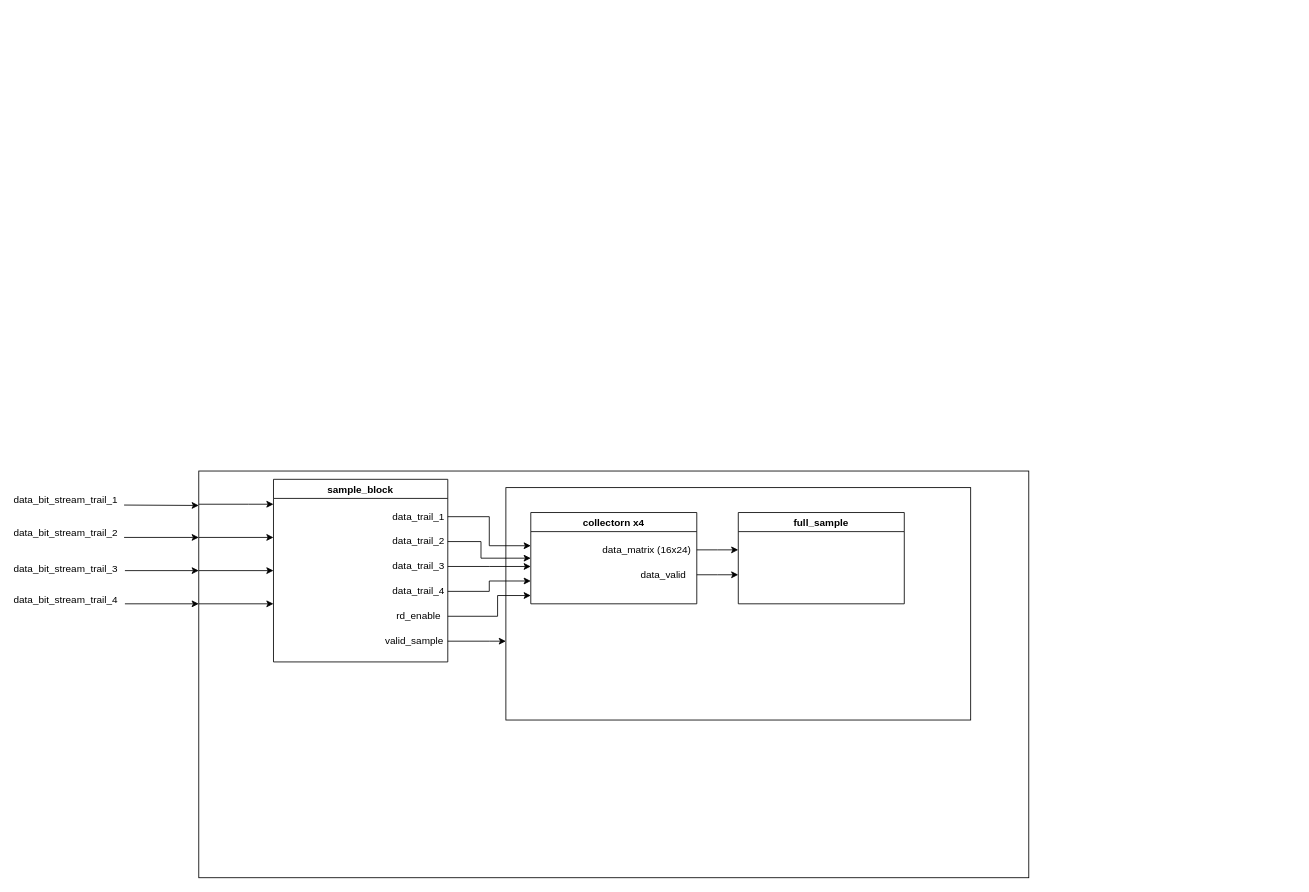
Before: doc/diagrams/Untitled Diagram.drawio in acoustic-warfare/FPGA-sampling, a draw.io diagram. Source tidied: cells renumbered, new cells numbered last; positions are measured from the earlier drawing's top-left corner, leaving out a move shared by most shapes. Both pictures are drawn from the tidied source at 83%, with x=0, y=0 at pixel (41, 471).
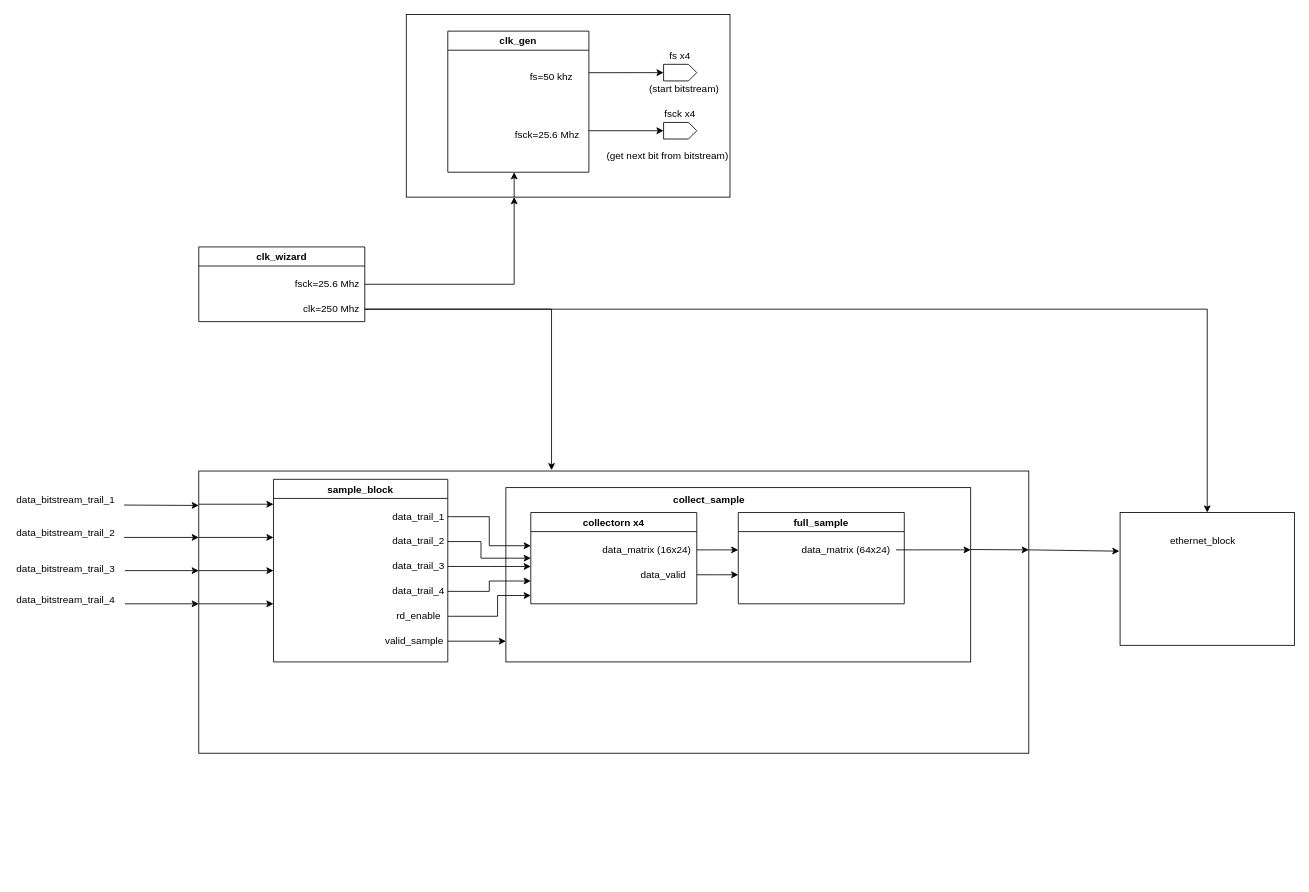
After the change.

What changed in the source:
```diff
@@
     <mxCell id="2" style="rounded=0;whiteSpace=wrap;html=1;" parent="1" vertex="1">
-      <mxGeometry x="190" width="1000" height="490" as="geometry" />
+      <mxGeometry x="190" width="1000" height="340" as="geometry" />
     </mxCell>
@@
-    <mxCell id="7" value="&lt;div&gt;data_bit_stream_trail_1&lt;/div&gt;" style="text;html=1;strokeColor=none;fillColor=none;align=center;verticalAlign=middle;whiteSpace=wrap;rounded=0;" parent="1" vertex="1">
+    <mxCell id="7" value="&lt;div&gt;data_bitstream_trail_1&lt;/div&gt;" style="text;html=1;strokeColor=none;fillColor=none;align=center;verticalAlign=middle;whiteSpace=wrap;rounded=0;" parent="1" vertex="1">
       <mxGeometry y="20" width="60" height="30" as="geometry" />
     </mxCell>
-    <mxCell id="8" value="&lt;div&gt;data_bit_stream_trail_2&lt;/div&gt;" style="text;html=1;strokeColor=none;fillColor=none;align=center;verticalAlign=middle;whiteSpace=wrap;rounded=0;" parent="1" vertex="1">
+    <mxCell id="8" value="&lt;div&gt;data_bitstream_trail_2&lt;/div&gt;" style="text;html=1;strokeColor=none;fillColor=none;align=center;verticalAlign=middle;whiteSpace=wrap;rounded=0;" parent="1" vertex="1">
       <mxGeometry y="60" width="60" height="30" as="geometry" />
     </mxCell>
-    <mxCell id="9" value="&lt;div&gt;data_bit_stream_trail_3&lt;/div&gt;&lt;div&gt;&lt;br&gt;&lt;/div&gt;" style="text;html=1;strokeColor=none;fillColor=none;align=center;verticalAlign=middle;whiteSpace=wrap;rounded=0;" parent="1" vertex="1">
+    <mxCell id="9" value="&lt;div&gt;data_bitstream_trail_3&lt;/div&gt;&lt;div&gt;&lt;br&gt;&lt;/div&gt;" style="text;html=1;strokeColor=none;fillColor=none;align=center;verticalAlign=middle;whiteSpace=wrap;rounded=0;" parent="1" vertex="1">
       <mxGeometry y="110" width="60" height="30" as="geometry" />
     </mxCell>
-    <mxCell id="10" value="&lt;div&gt;data_bit_stream_trail_4&lt;/div&gt;" style="text;html=1;strokeColor=none;fillColor=none;align=center;verticalAlign=middle;whiteSpace=wrap;rounded=0;" parent="1" vertex="1">
+    <mxCell id="10" value="&lt;div&gt;data_bitstream_trail_4&lt;/div&gt;" style="text;html=1;strokeColor=none;fillColor=none;align=center;verticalAlign=middle;whiteSpace=wrap;rounded=0;" parent="1" vertex="1">
       <mxGeometry y="140" width="60" height="30" as="geometry" />
     </mxCell>
@@
     <mxCell id="22" style="rounded=0;whiteSpace=wrap;html=1;" parent="1" vertex="1">
-      <mxGeometry x="560" y="20" width="560" height="280" as="geometry" />
+      <mxGeometry x="560" y="20" width="560" height="210" as="geometry" />
     </mxCell>
@@
+    <mxCell id="35" value="&lt;b&gt;collect_sample&lt;/b&gt;" style="text;html=1;strokeColor=none;fillColor=none;align=center;verticalAlign=middle;whiteSpace=wrap;rounded=0;" parent="1" vertex="1">
+      <mxGeometry x="775" y="20" width="60" height="30" as="geometry" />
+    </mxCell>
+    <mxCell id="36" style="edgeStyle=orthogonalEdgeStyle;rounded=0;jettySize=auto;html=1;entryX=1;entryY=0.357;entryDx=0;entryDy=0;entryPerimeter=0;" parent="1" edge="1" source="37" target="22">
+      <mxGeometry relative="1" as="geometry">
+        <Array as="points">
+          <mxPoint x="1050" y="95" />
+          <mxPoint x="1050" y="95" />
+        </Array>
+      </mxGeometry>
+    </mxCell>
+    <mxCell id="37" value="data_matrix (64x24)" style="text;html=1;strokeColor=none;fillColor=none;align=center;verticalAlign=middle;whiteSpace=wrap;rounded=0;" parent="1" vertex="1">
+      <mxGeometry x="910" y="80" width="120" height="30" as="geometry" />
+    </mxCell>
+    <mxCell id="38" style="endArrow=classic;html=1;rounded=0;" parent="1" edge="1">
+      <mxGeometry relative="1" as="geometry">
+        <mxPoint x="1120" y="94.6" as="sourcePoint" />
+        <mxPoint x="1190" y="95" as="targetPoint" />
+      </mxGeometry>
+    </mxCell>
+    <mxCell id="39" style="rounded=0;whiteSpace=wrap;html=1;" parent="1" vertex="1">
+      <mxGeometry x="1300" y="50" width="210" height="160" as="geometry" />
+    </mxCell>
+    <mxCell id="40" style="endArrow=classic;html=1;rounded=0;entryX=-0.004;entryY=0.291;entryDx=0;entryDy=0;entryPerimeter=0;" parent="1" edge="1" target="39">
+      <mxGeometry relative="1" as="geometry">
+        <mxPoint x="1190" y="95" as="sourcePoint" />
+      </mxGeometry>
+    </mxCell>
+    <mxCell id="41" value="ethernet_block" style="text;html=1;strokeColor=none;fillColor=none;align=center;verticalAlign=middle;whiteSpace=wrap;rounded=0;" parent="1" vertex="1">
+      <mxGeometry x="1320" y="60" width="160" height="50" as="geometry" />
+    </mxCell>
+    <mxCell id="42" value="clk_wizard" style="swimlane;" parent="1" vertex="1">
+      <mxGeometry x="190" y="-270" width="200" height="90" as="geometry" />
+    </mxCell>
+    <mxCell id="43" value="fsck=25.6 Mhz" style="text;html=1;strokeColor=none;fillColor=none;align=center;verticalAlign=middle;whiteSpace=wrap;rounded=0;" parent="42" vertex="1">
+      <mxGeometry x="110" y="30" width="90" height="30" as="geometry" />
+    </mxCell>
+    <mxCell id="44" value="clk=250 Mhz" style="text;html=1;strokeColor=none;fillColor=none;align=center;verticalAlign=middle;whiteSpace=wrap;rounded=0;" parent="42" vertex="1">
+      <mxGeometry x="120" y="60" width="80" height="30" as="geometry" />
+    </mxCell>
+    <mxCell id="45" style="edgeStyle=orthogonalEdgeStyle;rounded=0;jettySize=auto;html=1;exitX=1;exitY=0.5;exitDx=0;exitDy=0;entryX=0.425;entryY=-0.003;entryDx=0;entryDy=0;entryPerimeter=0;" parent="1" edge="1" source="44" target="2">
+      <mxGeometry relative="1" as="geometry" />
+    </mxCell>
+    <mxCell id="46" style="edgeStyle=orthogonalEdgeStyle;rounded=0;jettySize=auto;html=1;exitX=1;exitY=0.5;exitDx=0;exitDy=0;" parent="1" edge="1" source="44" target="39">
+      <mxGeometry relative="1" as="geometry" />
+    </mxCell>
+    <mxCell id="47" style="edgeStyle=orthogonalEdgeStyle;rounded=0;jettySize=auto;html=1;" parent="1" edge="1" source="43" target="48">
+      <mxGeometry relative="1" as="geometry">
+        <Array as="points">
+          <mxPoint x="570" y="-225" />
+        </Array>
+      </mxGeometry>
+    </mxCell>
+    <mxCell id="48" style="rounded=0;whiteSpace=wrap;html=1;" parent="1" vertex="1">
+      <mxGeometry x="440" y="-550" width="390" height="220" as="geometry" />
+    </mxCell>
+    <mxCell id="49" value="clk_gen" style="swimlane;" parent="1" vertex="1">
+      <mxGeometry x="490" y="-530" width="170" height="170" as="geometry" />
+    </mxCell>
+    <mxCell id="50" style="endArrow=classic;html=1;rounded=0;" parent="49" edge="1">
+      <mxGeometry relative="1" as="geometry">
+        <mxPoint x="80" y="200" as="sourcePoint" />
+        <mxPoint x="80" y="170" as="targetPoint" />
+      </mxGeometry>
+    </mxCell>
+    <mxCell id="51" value="fs=50 khz" style="text;html=1;strokeColor=none;fillColor=none;align=center;verticalAlign=middle;whiteSpace=wrap;rounded=0;" parent="49" vertex="1">
+      <mxGeometry x="80" y="40" width="90" height="30" as="geometry" />
+    </mxCell>
+    <mxCell id="52" style="endArrow=classic;html=1;rounded=0;entryX=0.5;entryY=0;entryDx=0;entryDy=0;" parent="1" edge="1" target="56">
+      <mxGeometry relative="1" as="geometry">
+        <mxPoint x="660" y="-410" as="sourcePoint" />
+      </mxGeometry>
+    </mxCell>
+    <mxCell id="53" style="endArrow=classic;html=1;rounded=0;entryX=0.5;entryY=0;entryDx=0;entryDy=0;" parent="1" edge="1" target="55">
+      <mxGeometry relative="1" as="geometry">
+        <mxPoint x="660" y="-479.9" as="sourcePoint" />
+      </mxGeometry>
+    </mxCell>
+    <mxCell id="54" value="fsck=25.6 Mhz" style="text;html=1;strokeColor=none;fillColor=none;align=center;verticalAlign=middle;whiteSpace=wrap;rounded=0;" parent="1" vertex="1">
+      <mxGeometry x="560" y="-420" width="100" height="30" as="geometry" />
+    </mxCell>
+    <mxCell id="55" style="shape=offPageConnector;whiteSpace=wrap;html=1;direction=north;size=0.25;" parent="1" vertex="1">
+      <mxGeometry x="750" y="-490" width="40" height="20" as="geometry" />
+    </mxCell>
+    <mxCell id="56" style="shape=offPageConnector;whiteSpace=wrap;html=1;direction=north;size=0.25;" parent="1" vertex="1">
+      <mxGeometry x="750" y="-420" width="40" height="20" as="geometry" />
+    </mxCell>
+    <mxCell id="57" value="fs x4" style="text;html=1;strokeColor=none;fillColor=none;align=center;verticalAlign=middle;whiteSpace=wrap;rounded=0;" parent="1" vertex="1">
+      <mxGeometry x="740" y="-510" width="60" height="20" as="geometry" />
+    </mxCell>
+    <mxCell id="58" value="fsck x4" style="text;html=1;strokeColor=none;fillColor=none;align=center;verticalAlign=middle;whiteSpace=wrap;rounded=0;" parent="1" vertex="1">
+      <mxGeometry x="740" y="-440" width="60" height="20" as="geometry" />
+    </mxCell>
+    <mxCell id="59" value="(start bitstream)" style="text;html=1;strokeColor=none;fillColor=none;align=center;verticalAlign=middle;whiteSpace=wrap;rounded=0;" parent="1" vertex="1">
+      <mxGeometry x="720" y="-470" width="110" height="20" as="geometry" />
+    </mxCell>
+    <mxCell id="60" value="(get next bit from bitstream)" style="text;html=1;strokeColor=none;fillColor=none;align=center;verticalAlign=middle;whiteSpace=wrap;rounded=0;" parent="1" vertex="1">
+      <mxGeometry x="680" y="-390" width="150" height="20" as="geometry" />
+    </mxCell>
```
